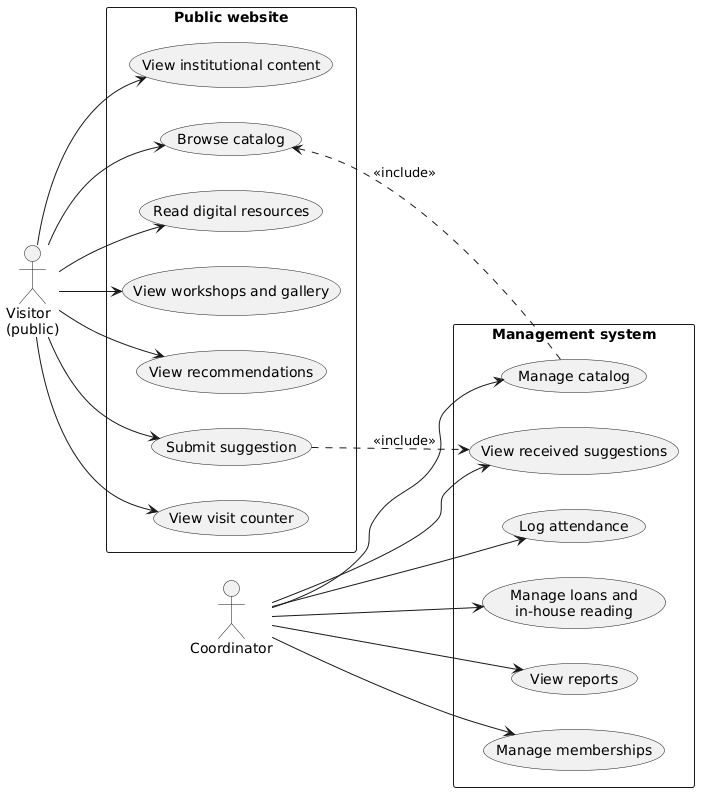
softiReds/library-alberto-gutierrez-botero keeps this PlantUML diagram as docs/diagrams/general/library_use_cases.png. Above is the earlier version.
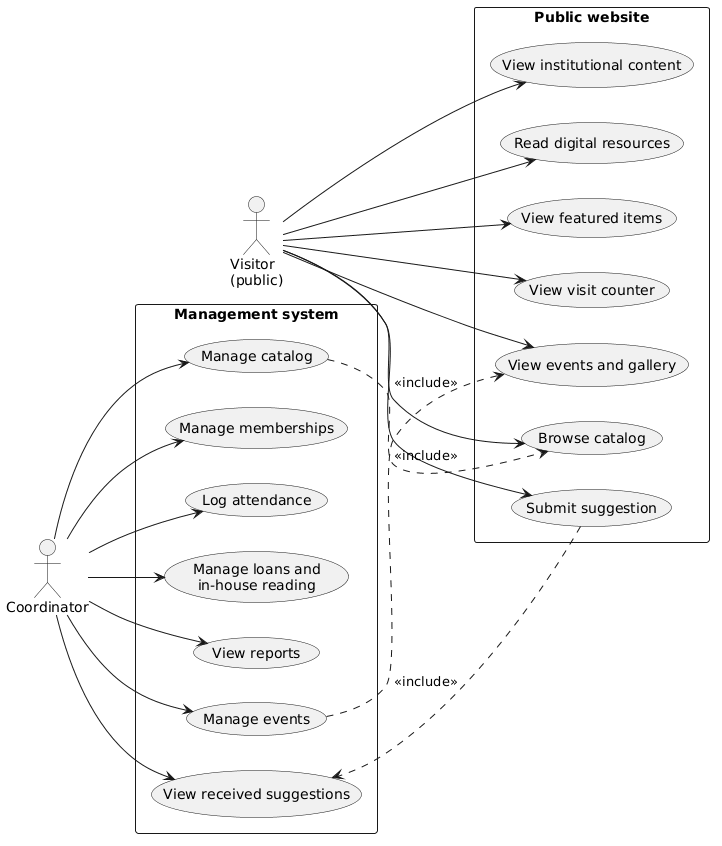
Above is the later version.

Commit message:
Update library diagrams and enhance event management user stories

What changed in the source:
```diff
@@ -9,8 +9,8 @@
   usecase "View institutional content" as UC1
   usecase "Browse catalog" as UC2
   usecase "Read digital resources" as UC3
-  usecase "View workshops and gallery" as UC4
-  usecase "View recommendations" as UC5
+  usecase "View events and gallery" as UC4
+  usecase "View featured items" as UC5
   usecase "Submit suggestion" as UC6
   usecase "View visit counter" as UC7
 }
@@ -22,6 +22,7 @@
   usecase "Manage loans and\nin-house reading" as UC11
   usecase "View reports" as UC12
   usecase "View received suggestions" as UC13
+  usecase "Manage events" as UC14
 }
 
 Visitor --> UC1
@@ -38,7 +39,9 @@
 Coord --> UC11
 Coord --> UC12
 Coord --> UC13
+Coord --> UC14
 
 UC6 ..> UC13 : <<include>>
 UC8 ..> UC2 : <<include>>
+UC14 ..> UC4 : <<include>>
 @enduml
```
